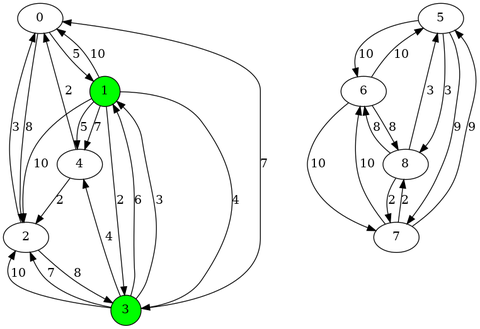
Ch0rip4m/Tarea_INFO145_2023 keeps this Graphviz diagram as grafos/grafic/graph.png. Above is the earlier version. Its source is kept beside it as grafos/grafic/graph.dot.
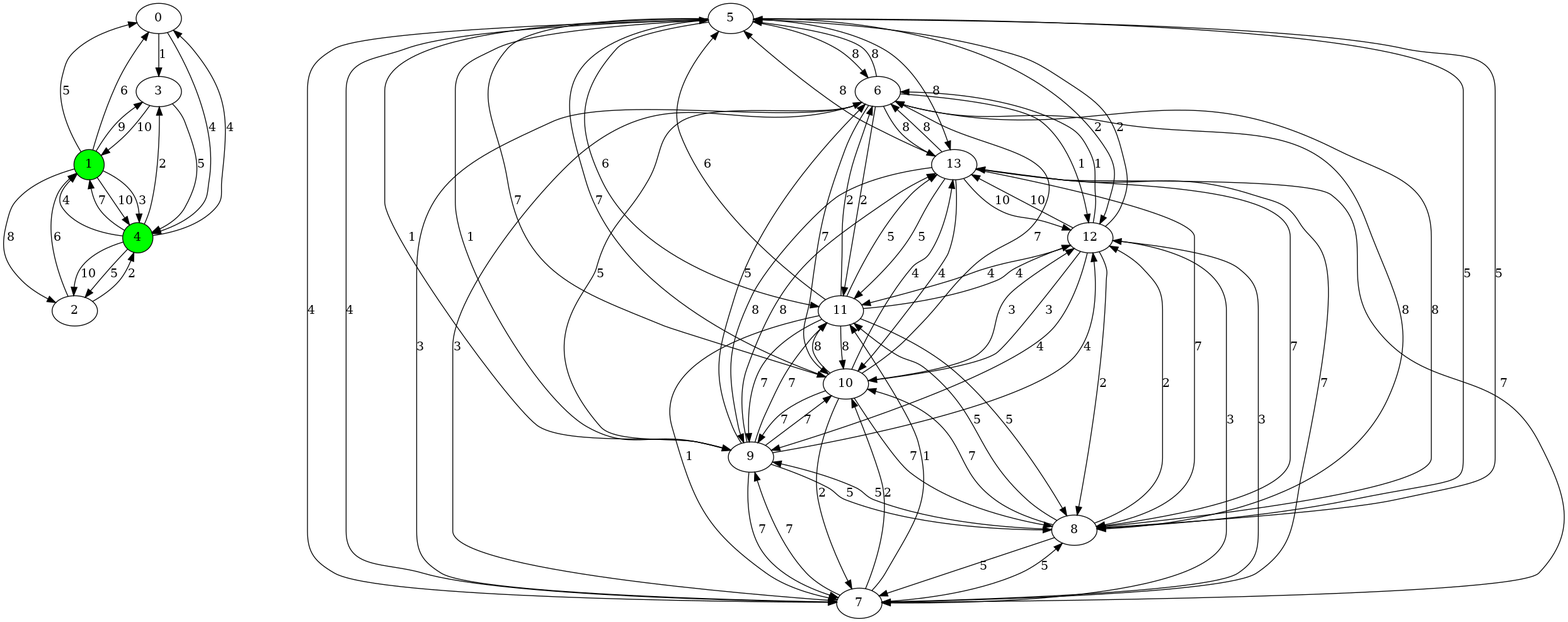
Above is the later version.

Change to the diagram source:
```diff
@@ -2,40 +2,105 @@
     0;
     1 [shape=circle, style=filled, fillcolor=green];
     2;
-    3 [shape=circle, style=filled, fillcolor=green];
-    4;
+    3;
+    4 [shape=circle, style=filled, fillcolor=green];
     5;
     6;
     7;
     8;
-    0 -> 1 [label="5"];
-    0 -> 2 [label="8"];
-    1 -> 4 [label="7"];
-    1 -> 3 [label="4"];
-    1 -> 0 [label="10"];
-    1 -> 2 [label="10"];
-    1 -> 3 [label="2"];
-    1 -> 4 [label="5"];
-    2 -> 3 [label="8"];
-    2 -> 0 [label="3"];
-    3 -> 1 [label="6"];
-    3 -> 2 [label="10"];
-    3 -> 0 [label="7"];
-    3 -> 1 [label="3"];
-    3 -> 2 [label="7"];
-    3 -> 4 [label="4"];
-    4 -> 2 [label="2"];
-    4 -> 0 [label="2"];
-    5 -> 6 [label="10"];
-    5 -> 7 [label="9"];
-    5 -> 8 [label="3"];
-    6 -> 5 [label="10"];
-    6 -> 7 [label="10"];
+    9;
+    10;
+    11;
+    12;
+    13;
+    0 -> 3 [label="1"];
+    0 -> 4 [label="4"];
+    1 -> 4 [label="10"];
+    1 -> 0 [label="5"];
+    1 -> 0 [label="6"];
+    1 -> 2 [label="8"];
+    1 -> 3 [label="9"];
+    1 -> 4 [label="3"];
+    2 -> 1 [label="6"];
+    2 -> 4 [label="2"];
+    3 -> 1 [label="10"];
+    3 -> 4 [label="5"];
+    4 -> 1 [label="4"];
+    4 -> 2 [label="5"];
+    4 -> 0 [label="4"];
+    4 -> 1 [label="7"];
+    4 -> 2 [label="10"];
+    4 -> 3 [label="2"];
+    5 -> 6 [label="8"];
+    5 -> 7 [label="4"];
+    5 -> 8 [label="5"];
+    5 -> 9 [label="1"];
+    5 -> 10 [label="7"];
+    5 -> 11 [label="6"];
+    5 -> 12 [label="2"];
+    5 -> 13 [label="8"];
+    6 -> 5 [label="8"];
+    6 -> 7 [label="3"];
     6 -> 8 [label="8"];
-    7 -> 5 [label="9"];
-    7 -> 6 [label="10"];
-    7 -> 8 [label="2"];
-    8 -> 5 [label="3"];
+    6 -> 9 [label="5"];
+    6 -> 10 [label="7"];
+    6 -> 11 [label="2"];
+    6 -> 12 [label="1"];
+    6 -> 13 [label="8"];
+    7 -> 5 [label="4"];
+    7 -> 6 [label="3"];
+    7 -> 8 [label="5"];
+    7 -> 9 [label="7"];
+    7 -> 10 [label="2"];
+    7 -> 11 [label="1"];
+    7 -> 12 [label="3"];
+    7 -> 13 [label="7"];
+    8 -> 5 [label="5"];
     8 -> 6 [label="8"];
-    8 -> 7 [label="2"];
+    8 -> 7 [label="5"];
+    8 -> 9 [label="5"];
+    8 -> 10 [label="7"];
+    8 -> 11 [label="5"];
+    8 -> 12 [label="2"];
+    8 -> 13 [label="7"];
+    9 -> 5 [label="1"];
+    9 -> 6 [label="5"];
+    9 -> 7 [label="7"];
+    9 -> 8 [label="5"];
+    9 -> 10 [label="7"];
+    9 -> 11 [label="7"];
+    9 -> 12 [label="4"];
+    9 -> 13 [label="8"];
+    10 -> 5 [label="7"];
+    10 -> 6 [label="7"];
+    10 -> 7 [label="2"];
+    10 -> 8 [label="7"];
+    10 -> 9 [label="7"];
+    10 -> 11 [label="8"];
+    10 -> 12 [label="3"];
+    10 -> 13 [label="4"];
+    11 -> 5 [label="6"];
+    11 -> 6 [label="2"];
+    11 -> 7 [label="1"];
+    11 -> 8 [label="5"];
+    11 -> 9 [label="7"];
+    11 -> 10 [label="8"];
+    11 -> 12 [label="4"];
+    11 -> 13 [label="5"];
+    12 -> 5 [label="2"];
+    12 -> 6 [label="1"];
+    12 -> 7 [label="3"];
+    12 -> 8 [label="2"];
+    12 -> 9 [label="4"];
+    12 -> 10 [label="3"];
+    12 -> 11 [label="4"];
+    12 -> 13 [label="10"];
+    13 -> 5 [label="8"];
+    13 -> 6 [label="8"];
+    13 -> 7 [label="7"];
+    13 -> 8 [label="7"];
+    13 -> 9 [label="8"];
+    13 -> 10 [label="4"];
+    13 -> 11 [label="5"];
+    13 -> 12 [label="10"];
 }
```
